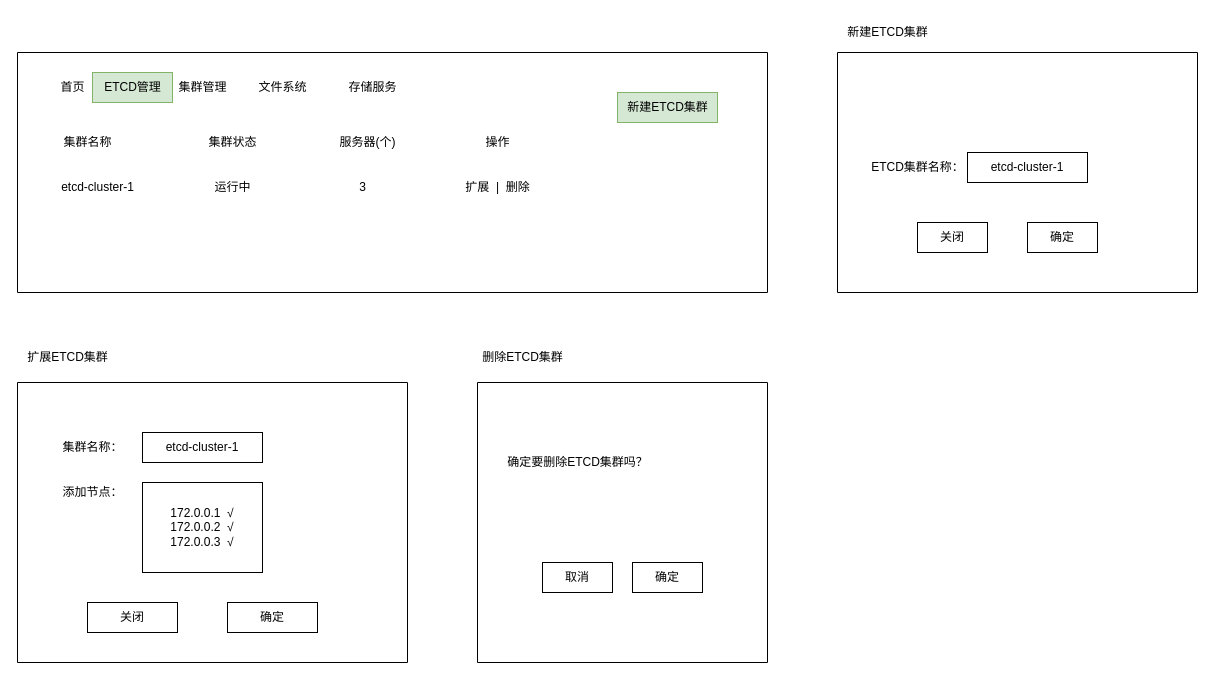
This is xfile-etcd管理.drawio from yihezhou/diagrams, a draw.io file, before an edit. Source tidied: cells renumbered, new cells numbered last; positions are measured from the earlier drawing's top-left corner, leaving out a move shared by most shapes. Both pictures are drawn from the tidied source at 100%, with x=0, y=0 at pixel (17, 17).
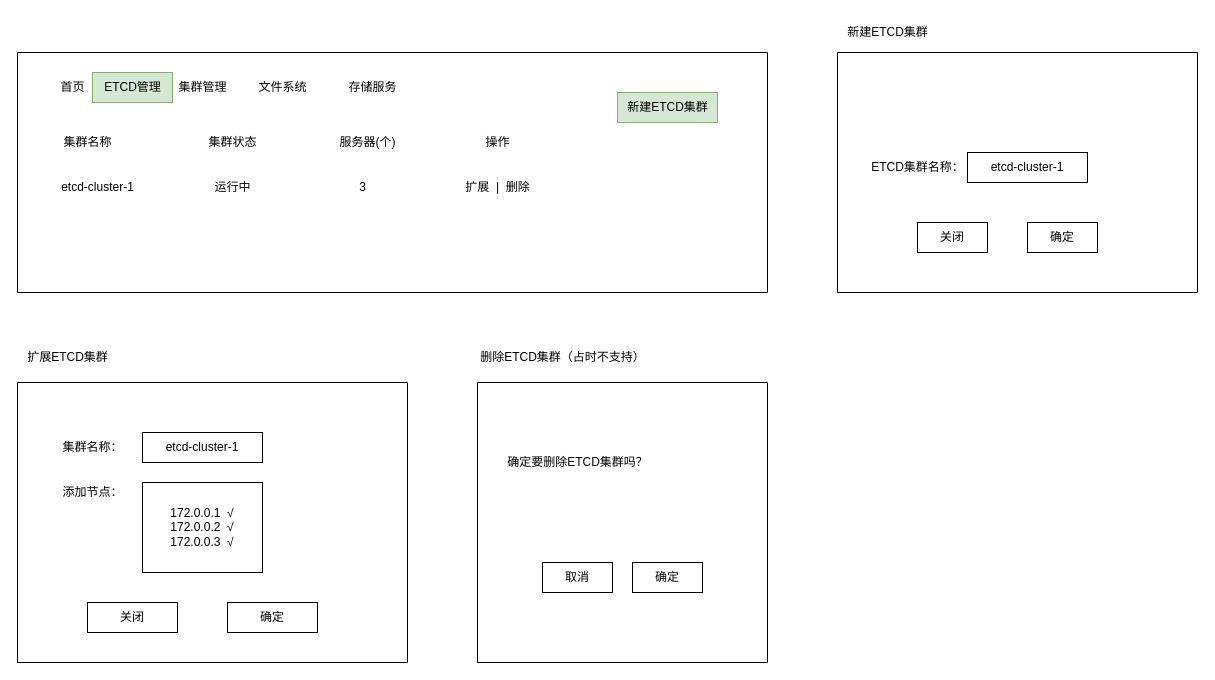
The same page after the edit.

Diff of the diagram source:
```diff
@@
-    <mxCell id="35" value="删除ETCD集群" style="text;html=1;align=center;verticalAlign=middle;strokeColor=none;fillColor=none;" parent="1" vertex="1">
-      <mxGeometry x="455" y="325" width="100" height="30" as="geometry" />
+    <mxCell id="35" value="删除ETCD集群（占时不支持）" style="text;html=1;align=center;verticalAlign=middle;strokeColor=none;fillColor=none;" parent="1" vertex="1">
+      <mxGeometry x="450" y="325" width="190" height="30" as="geometry" />
     </mxCell>
```
